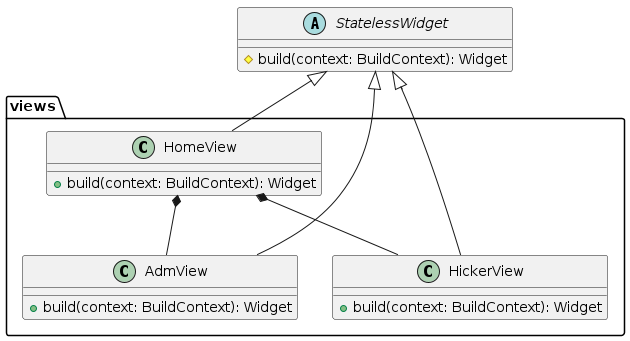
Before: docs/diagrams/out/class_diagrams/pe_na_pedra_class_diagram_6.png, a diagram exported from PlantUML (tiagors09/pe_na_pedra). The source it was exported from:
```plantuml
@startuml pe_na_pedra_class_diagram_6
abstract class StatelessWidget {
  # build(context: BuildContext): Widget
}

package views {
  class HomeView {
      + build(context: BuildContext): Widget
  }

  class AdmView {
    + build(context: BuildContext): Widget
  }

  class HickerView {
    + build(context: BuildContext): Widget
  }
}

StatelessWidget <|-- HomeView
StatelessWidget <|-- AdmView
StatelessWidget <|-- HickerView

HomeView *-- AdmView
HomeView *-- HickerView
@enduml
```
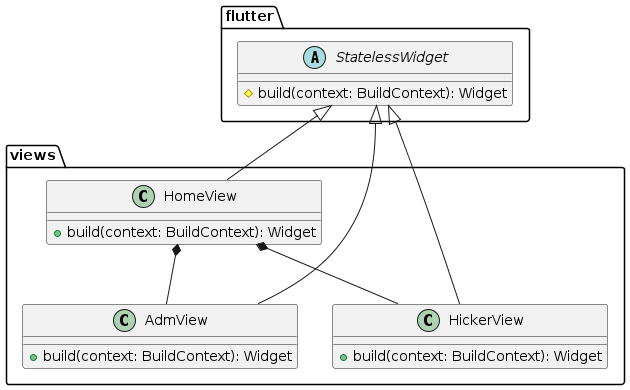
The same file after the commit.

What changed in the source:
```diff
@@ -1,8 +1,10 @@
 @startuml pe_na_pedra_class_diagram_6
-abstract class StatelessWidget {
+package flutter {
+  abstract class StatelessWidget {
   # build(context: BuildContext): Widget
 }
 
+}
 package views {
   class HomeView {
       + build(context: BuildContext): Widget
```
